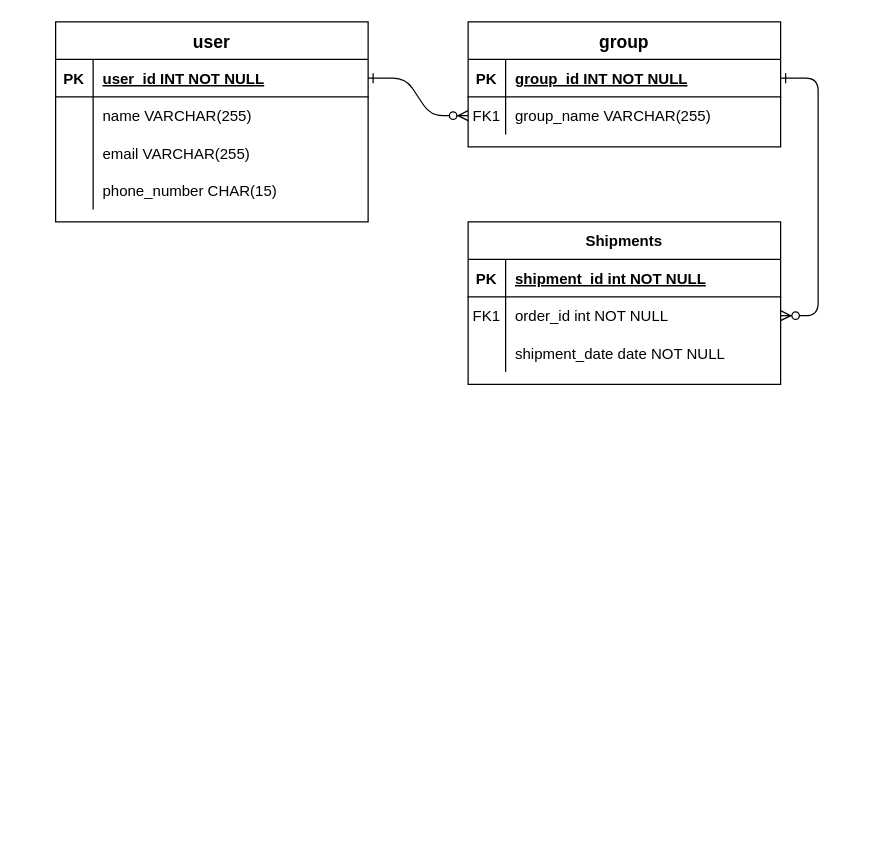
This is Splitwise-Schema-Daigram.drawio from geeky-sanjay/class-diagrams, a draw.io file, before an edit. Source tidied: cells renumbered, new cells numbered last; positions are measured from the earlier drawing's top-left corner, leaving out a move shared by most shapes. Both pictures are drawn from the tidied source at 125%, with x=0, y=0 at pixel (55, 21).
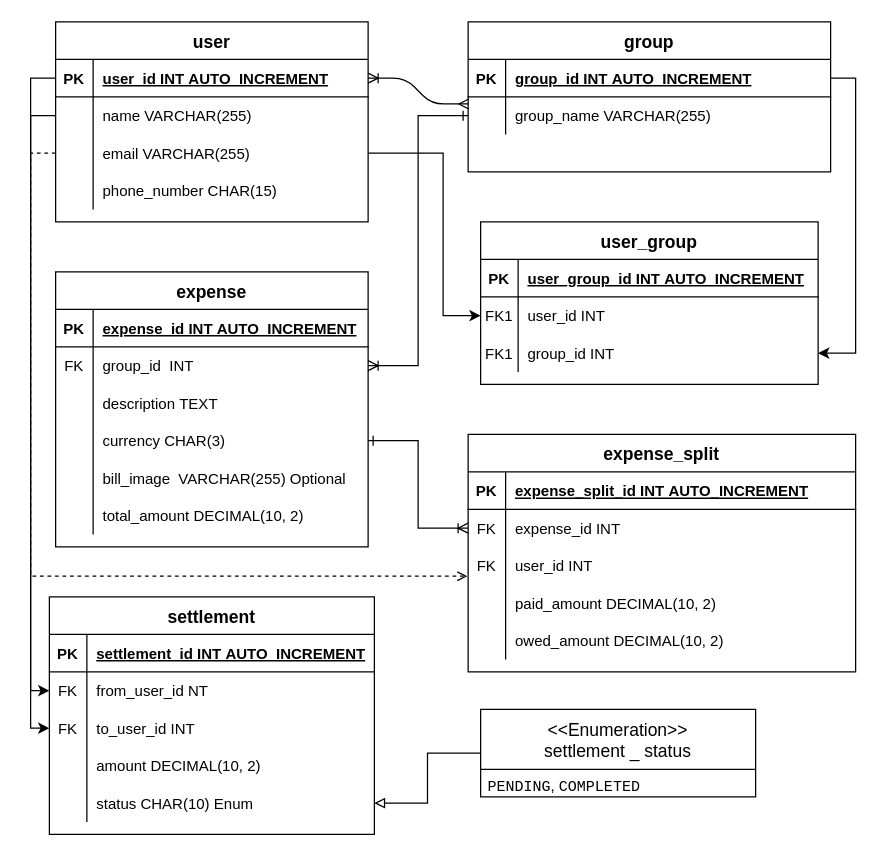
After the change.

Unchanged cells that the change refers to:
```xml
<mxCell id="22" style="shape=partialRectangle;fillColor=none;points=[[0,0.5],[1,0.5]];portConstraint=eastwest;top=0;left=0;right=0;bottom=1;" parent="21" vertex="1">
  <mxGeometry y="30" width="250" height="30" as="geometry" />
</mxCell>
<mxCell id="25" style="shape=partialRectangle;fillColor=none;points=[[0,0.5],[1,0.5]];portConstraint=eastwest;top=0;left=0;right=0;bottom=0;" parent="21" vertex="1">
  <mxGeometry y="60" width="250" height="30" as="geometry" />
</mxCell>
<mxCell id="28" style="shape=partialRectangle;fillColor=none;points=[[0,0.5],[1,0.5]];portConstraint=eastwest;top=0;left=0;right=0;bottom=0;" parent="21" vertex="1">
  <mxGeometry y="90" width="250" height="30" as="geometry" />
</mxCell>
```

Change to the diagram source:
```diff
@@
-    <mxCell id="2" style="edgeStyle=entityRelationEdgeStyle;endArrow=ERzeroToMany;startArrow=ERone;endFill=1;startFill=0;" parent="1" edge="1" source="22" target="8">
+    <mxCell id="2" style="edgeStyle=entityRelationEdgeStyle;endArrow=ERmany;startArrow=ERoneToMany;endFill=0;startFill=0;entryX=0.002;entryY=0.189;entryDx=0;entryDy=0;entryPerimeter=0;" parent="1" edge="1" source="22" target="8">
       <mxGeometry relative="1" as="geometry" />
     </mxCell>
-    <mxCell id="3" style="edgeStyle=entityRelationEdgeStyle;endArrow=ERzeroToMany;startArrow=ERone;endFill=1;startFill=0;" parent="1" edge="1" source="5" target="15">
-      <mxGeometry relative="1" as="geometry" />
-    </mxCell>
     <mxCell id="4" value="group" style="shape=table;startSize=30;childLayout=tableLayout;rowLines=0;fontStyle=1;align=center;fontSize=14;" parent="1" vertex="1">
-      <mxGeometry x="330" width="250" height="100" as="geometry" />
+      <mxGeometry x="330" width="290" height="120" as="geometry" />
     </mxCell>
     <mxCell id="5" style="shape=partialRectangle;fillColor=none;points=[[0,0.5],[1,0.5]];portConstraint=eastwest;top=0;left=0;right=0;bottom=1;" parent="4" vertex="1">
-      <mxGeometry y="30" width="250" height="30" as="geometry" />
+      <mxGeometry y="30" width="290" height="30" as="geometry" />
     </mxCell>
@@
-    <mxCell id="7" value="group_id INT NOT NULL " style="shape=partialRectangle;overflow=hidden;fillColor=none;top=0;left=0;bottom=0;right=0;align=left;spacingLeft=6;fontStyle=5;" parent="5" vertex="1">
-      <mxGeometry x="30" width="220" height="30" as="geometry" />
+    <mxCell id="7" value="group_id INT AUTO_INCREMENT " style="shape=partialRectangle;overflow=hidden;fillColor=none;top=0;left=0;bottom=0;right=0;align=left;spacingLeft=6;fontStyle=5;" parent="5" vertex="1">
+      <mxGeometry x="30" width="260" height="30" as="geometry" />
     </mxCell>
     <mxCell id="8" style="shape=partialRectangle;fillColor=none;points=[[0,0.5],[1,0.5]];portConstraint=eastwest;top=0;left=0;right=0;bottom=0;" parent="4" vertex="1">
-      <mxGeometry y="60" width="250" height="30" as="geometry" />
+      <mxGeometry y="60" width="290" height="30" as="geometry" />
     </mxCell>
-    <mxCell id="9" value="FK1" style="shape=partialRectangle;overflow=hidden;fillColor=none;top=0;left=0;bottom=0;right=0;" parent="8" vertex="1">
+    <mxCell id="9" style="shape=partialRectangle;overflow=hidden;fillColor=none;top=0;left=0;bottom=0;right=0;" parent="8" vertex="1">
       <mxGeometry width="30" height="30" as="geometry" />
     </mxCell>
     <mxCell id="10" value="group_name VARCHAR(255)" style="shape=partialRectangle;overflow=hidden;fillColor=none;top=0;left=0;bottom=0;right=0;align=left;spacingLeft=6;" parent="8" vertex="1">
-      <mxGeometry x="30" width="220" height="30" as="geometry" />
+      <mxGeometry x="30" width="260" height="30" as="geometry" />
     </mxCell>
-    <mxCell id="11" value="Shipments" style="shape=table;startSize=30;childLayout=tableLayout;rowLines=0;fontStyle=1;align=center;" parent="1" vertex="1">
-      <mxGeometry x="330" y="160" width="250" height="130" as="geometry" />
+    <mxCell id="11" value="user_group" style="shape=table;startSize=30;childLayout=tableLayout;rowLines=0;fontStyle=1;align=center;fontSize=14;" parent="1" vertex="1">
+      <mxGeometry x="340" y="160" width="270" height="130" as="geometry" />
     </mxCell>
     <mxCell id="12" style="shape=partialRectangle;fillColor=none;top=0;left=0;right=0;bottom=1;" parent="11" vertex="1">
-      <mxGeometry y="30" width="250" height="30" as="geometry" />
+      <mxGeometry y="30" width="270" height="30" as="geometry" />
     </mxCell>
@@
-    <mxCell id="14" value="shipment_id int NOT NULL " style="shape=partialRectangle;overflow=hidden;fillColor=none;top=0;left=0;bottom=0;right=0;align=left;spacingLeft=6;fontStyle=5;" parent="12" vertex="1">
-      <mxGeometry x="30" width="220" height="30" as="geometry" />
+    <mxCell id="14" value="user_group_id INT AUTO_INCREMENT " style="shape=partialRectangle;overflow=hidden;fillColor=none;top=0;left=0;bottom=0;right=0;align=left;spacingLeft=6;fontStyle=5;" parent="12" vertex="1">
+      <mxGeometry x="30" width="240" height="30" as="geometry" />
     </mxCell>
     <mxCell id="15" style="shape=partialRectangle;fillColor=none;points=[[0,0.5],[1,0.5]];portConstraint=eastwest;top=0;left=0;right=0;bottom=0;" parent="11" vertex="1">
-      <mxGeometry y="60" width="250" height="30" as="geometry" />
+      <mxGeometry y="60" width="270" height="30" as="geometry" />
     </mxCell>
@@
-    <mxCell id="17" value="order_id int NOT NULL" style="shape=partialRectangle;overflow=hidden;fillColor=none;top=0;left=0;bottom=0;right=0;align=left;spacingLeft=6;" parent="15" vertex="1">
-      <mxGeometry x="30" width="220" height="30" as="geometry" />
+    <mxCell id="17" value="user_id INT" style="shape=partialRectangle;overflow=hidden;fillColor=none;top=0;left=0;bottom=0;right=0;align=left;spacingLeft=6;" parent="15" vertex="1">
+      <mxGeometry x="30" width="240" height="30" as="geometry" />
     </mxCell>
     <mxCell id="18" style="shape=partialRectangle;fillColor=none;points=[[0,0.5],[1,0.5]];portConstraint=eastwest;top=0;left=0;right=0;bottom=0;" parent="11" vertex="1">
-      <mxGeometry y="90" width="250" height="30" as="geometry" />
+      <mxGeometry y="90" width="270" height="30" as="geometry" />
     </mxCell>
-    <mxCell id="19" style="shape=partialRectangle;overflow=hidden;fillColor=none;top=0;left=0;bottom=0;right=0;" parent="18" vertex="1">
+    <mxCell id="19" value="FK1" style="shape=partialRectangle;overflow=hidden;fillColor=none;top=0;left=0;bottom=0;right=0;" parent="18" vertex="1">
       <mxGeometry width="30" height="30" as="geometry" />
     </mxCell>
-    <mxCell id="20" value="shipment_date date NOT NULL" style="shape=partialRectangle;overflow=hidden;fillColor=none;top=0;left=0;bottom=0;right=0;align=left;spacingLeft=6;" parent="18" vertex="1">
-      <mxGeometry x="30" width="220" height="30" as="geometry" />
+    <mxCell id="20" value="group_id INT" style="shape=partialRectangle;overflow=hidden;fillColor=none;top=0;left=0;bottom=0;right=0;align=left;spacingLeft=6;" parent="18" vertex="1">
+      <mxGeometry x="30" width="240" height="30" as="geometry" />
     </mxCell>
@@
-    <mxCell id="24" value="user_id INT NOT NULL " style="shape=partialRectangle;overflow=hidden;fillColor=none;top=0;left=0;bottom=0;right=0;align=left;spacingLeft=6;fontStyle=5;" parent="22" vertex="1">
+    <mxCell id="24" value="user_id INT AUTO_INCREMENT " style="shape=partialRectangle;overflow=hidden;fillColor=none;top=0;left=0;bottom=0;right=0;align=left;spacingLeft=6;fontStyle=5;" parent="22" vertex="1">
       <mxGeometry x="30" width="220" height="30" as="geometry" />
     </mxCell>
@@
+    <mxCell id="34" value="expense" style="shape=table;startSize=30;childLayout=tableLayout;rowLines=0;fontStyle=1;align=center;fontSize=14;" parent="1" vertex="1">
+      <mxGeometry y="200" width="250" height="220" as="geometry" />
+    </mxCell>
+    <mxCell id="35" style="shape=partialRectangle;fillColor=none;top=0;left=0;right=0;bottom=1;" parent="34" vertex="1">
+      <mxGeometry y="30" width="250" height="30" as="geometry" />
+    </mxCell>
+    <mxCell id="36" value="PK" style="shape=partialRectangle;overflow=hidden;fillColor=none;top=0;left=0;bottom=0;right=0;fontStyle=1;" parent="35" vertex="1">
+      <mxGeometry width="30" height="30" as="geometry" />
+    </mxCell>
+    <mxCell id="37" value="expense_id INT AUTO_INCREMENT " style="shape=partialRectangle;overflow=hidden;fillColor=none;top=0;left=0;bottom=0;right=0;align=left;spacingLeft=6;fontStyle=5;" parent="35" vertex="1">
+      <mxGeometry x="30" width="220" height="30" as="geometry" />
+    </mxCell>
+    <mxCell id="38" style="shape=partialRectangle;fillColor=none;points=[[0,0.5],[1,0.5]];portConstraint=eastwest;top=0;left=0;right=0;bottom=0;" parent="34" vertex="1">
+      <mxGeometry y="60" width="250" height="30" as="geometry" />
+    </mxCell>
+    <mxCell id="39" value="FK" style="shape=partialRectangle;overflow=hidden;fillColor=none;top=0;left=0;bottom=0;right=0;" parent="38" vertex="1">
+      <mxGeometry width="30" height="30" as="geometry" />
+    </mxCell>
+    <mxCell id="40" value="group_id  INT" style="shape=partialRectangle;overflow=hidden;fillColor=none;top=0;left=0;bottom=0;right=0;align=left;spacingLeft=6;" parent="38" vertex="1">
+      <mxGeometry x="30" width="220" height="30" as="geometry" />
+    </mxCell>
+    <mxCell id="41" style="shape=partialRectangle;fillColor=none;top=0;left=0;right=0;bottom=0;" parent="34" vertex="1">
+      <mxGeometry y="90" width="250" height="30" as="geometry" />
+    </mxCell>
+    <mxCell id="42" style="shape=partialRectangle;overflow=hidden;fillColor=none;top=0;left=0;bottom=0;right=0;" parent="41" vertex="1">
+      <mxGeometry width="30" height="30" as="geometry" />
+    </mxCell>
+    <mxCell id="43" value="description TEXT" style="shape=partialRectangle;overflow=hidden;fillColor=none;top=0;left=0;bottom=0;right=0;align=left;spacingLeft=6;" parent="41" vertex="1">
+      <mxGeometry x="30" width="220" height="30" as="geometry" />
+    </mxCell>
+    <mxCell id="44" style="shape=partialRectangle;fillColor=none;points=[[0,0.5],[1,0.5]];portConstraint=eastwest;top=0;left=0;right=0;bottom=0;" parent="34" vertex="1">
+      <mxGeometry y="120" width="250" height="30" as="geometry" />
+    </mxCell>
+    <mxCell id="45" style="shape=partialRectangle;overflow=hidden;fillColor=none;top=0;left=0;bottom=0;right=0;" parent="44" vertex="1">
+      <mxGeometry width="30" height="30" as="geometry" />
+    </mxCell>
+    <mxCell id="46" value="currency CHAR(3)" style="shape=partialRectangle;overflow=hidden;fillColor=none;top=0;left=0;bottom=0;right=0;align=left;spacingLeft=6;" parent="44" vertex="1">
+      <mxGeometry x="30" width="220" height="30" as="geometry" />
+    </mxCell>
+    <mxCell id="47" style="shape=partialRectangle;fillColor=none;top=0;left=0;right=0;bottom=0;" parent="34" vertex="1">
+      <mxGeometry y="150" width="250" height="30" as="geometry" />
+    </mxCell>
+    <mxCell id="48" style="shape=partialRectangle;overflow=hidden;fillColor=none;top=0;left=0;bottom=0;right=0;" parent="47" vertex="1">
+      <mxGeometry width="30" height="30" as="geometry" />
+    </mxCell>
+    <mxCell id="49" value="bill_image  VARCHAR(255) Optional" style="shape=partialRectangle;overflow=hidden;fillColor=none;top=0;left=0;bottom=0;right=0;align=left;spacingLeft=6;" parent="47" vertex="1">
+      <mxGeometry x="30" width="220" height="30" as="geometry" />
+    </mxCell>
+    <mxCell id="50" style="shape=partialRectangle;fillColor=none;top=0;left=0;right=0;bottom=0;" parent="34" vertex="1">
+      <mxGeometry y="180" width="250" height="30" as="geometry" />
+    </mxCell>
+    <mxCell id="51" style="shape=partialRectangle;overflow=hidden;fillColor=none;top=0;left=0;bottom=0;right=0;" parent="50" vertex="1">
+      <mxGeometry width="30" height="30" as="geometry" />
+    </mxCell>
+    <mxCell id="52" value="total_amount DECIMAL(10, 2)" style="shape=partialRectangle;overflow=hidden;fillColor=none;top=0;left=0;bottom=0;right=0;align=left;spacingLeft=6;" parent="50" vertex="1">
+      <mxGeometry x="30" width="220" height="30" as="geometry" />
+    </mxCell>
+    <mxCell id="53" value="expense_split" style="shape=table;startSize=30;childLayout=tableLayout;rowLines=0;fontStyle=1;align=center;fontSize=14;" parent="1" vertex="1">
+      <mxGeometry x="330" y="330" width="310" height="190" as="geometry" />
+    </mxCell>
+    <mxCell id="54" style="shape=partialRectangle;fillColor=none;top=0;left=0;right=0;bottom=1;" parent="53" vertex="1">
+      <mxGeometry y="30" width="310" height="30" as="geometry" />
+    </mxCell>
+    <mxCell id="55" value="PK" style="shape=partialRectangle;overflow=hidden;fillColor=none;top=0;left=0;bottom=0;right=0;fontStyle=1;" parent="54" vertex="1">
+      <mxGeometry width="30" height="30" as="geometry" />
+    </mxCell>
+    <mxCell id="56" value="expense_split_id INT AUTO_INCREMENT " style="shape=partialRectangle;overflow=hidden;fillColor=none;top=0;left=0;bottom=0;right=0;align=left;spacingLeft=6;fontStyle=5;" parent="54" vertex="1">
+      <mxGeometry x="30" width="280" height="30" as="geometry" />
+    </mxCell>
+    <mxCell id="57" style="shape=partialRectangle;fillColor=none;points=[[0,0.5],[1,0.5]];portConstraint=eastwest;top=0;left=0;right=0;bottom=0;" parent="53" vertex="1">
+      <mxGeometry y="60" width="310" height="30" as="geometry" />
+    </mxCell>
+    <mxCell id="58" value="FK" style="shape=partialRectangle;overflow=hidden;fillColor=none;top=0;left=0;bottom=0;right=0;" parent="57" vertex="1">
+      <mxGeometry width="30" height="30" as="geometry" />
+    </mxCell>
+    <mxCell id="59" value="expense_id INT" style="shape=partialRectangle;overflow=hidden;fillColor=none;top=0;left=0;bottom=0;right=0;align=left;spacingLeft=6;" parent="57" vertex="1">
+      <mxGeometry x="30" width="280" height="30" as="geometry" />
+    </mxCell>
+    <mxCell id="60" style="shape=partialRectangle;fillColor=none;points=[[0,0.5],[1,0.5]];portConstraint=eastwest;top=0;left=0;right=0;bottom=0;" parent="53" vertex="1">
+      <mxGeometry y="90" width="310" height="30" as="geometry" />
+    </mxCell>
+    <mxCell id="61" value="FK" style="shape=partialRectangle;overflow=hidden;fillColor=none;top=0;left=0;bottom=0;right=0;" parent="60" vertex="1">
+      <mxGeometry width="30" height="30" as="geometry" />
+    </mxCell>
+    <mxCell id="62" value="user_id INT" style="shape=partialRectangle;overflow=hidden;fillColor=none;top=0;left=0;bottom=0;right=0;align=left;spacingLeft=6;" parent="60" vertex="1">
+      <mxGeometry x="30" width="280" height="30" as="geometry" />
+    </mxCell>
+    <mxCell id="63" style="shape=partialRectangle;fillColor=none;top=0;left=0;right=0;bottom=0;" parent="53" vertex="1">
+      <mxGeometry y="120" width="310" height="30" as="geometry" />
+    </mxCell>
+    <mxCell id="64" style="shape=partialRectangle;overflow=hidden;fillColor=none;top=0;left=0;bottom=0;right=0;" parent="63" vertex="1">
+      <mxGeometry width="30" height="30" as="geometry" />
+    </mxCell>
+    <mxCell id="65" value="paid_amount DECIMAL(10, 2)" style="shape=partialRectangle;overflow=hidden;fillColor=none;top=0;left=0;bottom=0;right=0;align=left;spacingLeft=6;" parent="63" vertex="1">
+      <mxGeometry x="30" width="280" height="30" as="geometry" />
+    </mxCell>
+    <mxCell id="66" style="shape=partialRectangle;fillColor=none;top=0;left=0;right=0;bottom=0;" parent="53" vertex="1">
+      <mxGeometry y="150" width="310" height="30" as="geometry" />
+    </mxCell>
+    <mxCell id="67" style="shape=partialRectangle;overflow=hidden;fillColor=none;top=0;left=0;bottom=0;right=0;" parent="66" vertex="1">
+      <mxGeometry width="30" height="30" as="geometry" />
+    </mxCell>
+    <mxCell id="68" value="owed_amount DECIMAL(10, 2)" style="shape=partialRectangle;overflow=hidden;fillColor=none;top=0;left=0;bottom=0;right=0;align=left;spacingLeft=6;" parent="66" vertex="1">
+      <mxGeometry x="30" width="280" height="30" as="geometry" />
+    </mxCell>
+    <mxCell id="69" value="settlement" style="shape=table;startSize=30;childLayout=tableLayout;rowLines=0;fontStyle=1;align=center;fontSize=14;" parent="1" vertex="1">
+      <mxGeometry x="-5" y="460" width="260" height="190" as="geometry" />
+    </mxCell>
+    <mxCell id="70" style="shape=partialRectangle;fillColor=none;top=0;left=0;right=0;bottom=1;" parent="69" vertex="1">
+      <mxGeometry y="30" width="260" height="30" as="geometry" />
+    </mxCell>
+    <mxCell id="71" value="PK" style="shape=partialRectangle;overflow=hidden;fillColor=none;top=0;left=0;bottom=0;right=0;fontStyle=1;" parent="70" vertex="1">
+      <mxGeometry width="30" height="30" as="geometry" />
+    </mxCell>
+    <mxCell id="72" value="settlement_id INT AUTO_INCREMENT " style="shape=partialRectangle;overflow=hidden;fillColor=none;top=0;left=0;bottom=0;right=0;align=left;spacingLeft=6;fontStyle=5;" parent="70" vertex="1">
+      <mxGeometry x="30" width="230" height="30" as="geometry" />
+    </mxCell>
+    <mxCell id="73" style="shape=partialRectangle;fillColor=none;points=[[0,0.5],[1,0.5]];portConstraint=eastwest;top=0;left=0;right=0;bottom=0;" parent="69" vertex="1">
+      <mxGeometry y="60" width="260" height="30" as="geometry" />
+    </mxCell>
+    <mxCell id="74" value="FK" style="shape=partialRectangle;overflow=hidden;fillColor=none;top=0;left=0;bottom=0;right=0;" parent="73" vertex="1">
+      <mxGeometry width="30" height="30" as="geometry" />
+    </mxCell>
+    <mxCell id="75" value="from_user_id NT" style="shape=partialRectangle;overflow=hidden;fillColor=none;top=0;left=0;bottom=0;right=0;align=left;spacingLeft=6;" parent="73" vertex="1">
+      <mxGeometry x="30" width="230" height="30" as="geometry" />
+    </mxCell>
+    <mxCell id="76" style="shape=partialRectangle;fillColor=none;points=[[0,0.5],[1,0.5]];portConstraint=eastwest;top=0;left=0;right=0;bottom=0;" parent="69" vertex="1">
+      <mxGeometry y="90" width="260" height="30" as="geometry" />
+    </mxCell>
+    <mxCell id="77" value="FK" style="shape=partialRectangle;overflow=hidden;fillColor=none;top=0;left=0;bottom=0;right=0;" parent="76" vertex="1">
+      <mxGeometry width="30" height="30" as="geometry" />
+    </mxCell>
+    <mxCell id="78" value="to_user_id INT" style="shape=partialRectangle;overflow=hidden;fillColor=none;top=0;left=0;bottom=0;right=0;align=left;spacingLeft=6;" parent="76" vertex="1">
+      <mxGeometry x="30" width="230" height="30" as="geometry" />
+    </mxCell>
+    <mxCell id="79" style="shape=partialRectangle;fillColor=none;top=0;left=0;right=0;bottom=0;" parent="69" vertex="1">
+      <mxGeometry y="120" width="260" height="30" as="geometry" />
+    </mxCell>
+    <mxCell id="80" style="shape=partialRectangle;overflow=hidden;fillColor=none;top=0;left=0;bottom=0;right=0;" parent="79" vertex="1">
+      <mxGeometry width="30" height="30" as="geometry" />
+    </mxCell>
+    <mxCell id="81" value="amount DECIMAL(10, 2)" style="shape=partialRectangle;overflow=hidden;fillColor=none;top=0;left=0;bottom=0;right=0;align=left;spacingLeft=6;" parent="79" vertex="1">
+      <mxGeometry x="30" width="230" height="30" as="geometry" />
+    </mxCell>
+    <mxCell id="82" style="shape=partialRectangle;fillColor=none;points=[[0,0.5],[1,0.5]];portConstraint=eastwest;top=0;left=0;right=0;bottom=0;" parent="69" vertex="1">
+      <mxGeometry y="150" width="260" height="30" as="geometry" />
+    </mxCell>
+    <mxCell id="83" style="shape=partialRectangle;overflow=hidden;fillColor=none;top=0;left=0;bottom=0;right=0;" parent="82" vertex="1">
+      <mxGeometry width="30" height="30" as="geometry" />
+    </mxCell>
+    <mxCell id="84" value="status CHAR(10) Enum" style="shape=partialRectangle;overflow=hidden;fillColor=none;top=0;left=0;bottom=0;right=0;align=left;spacingLeft=6;" parent="82" vertex="1">
+      <mxGeometry x="30" width="230" height="30" as="geometry" />
+    </mxCell>
+    <mxCell id="85" style="edgeStyle=orthogonalEdgeStyle;rounded=0;jettySize=auto;html=1;entryX=1;entryY=0.5;entryDx=0;entryDy=0;endArrow=block;endFill=0;" parent="1" edge="1" source="86" target="82">
+      <mxGeometry relative="1" as="geometry" />
+    </mxCell>
+    <mxCell id="86" value="&lt;&lt;Enumeration&gt;&gt;&#10;settlement _ status" style="swimlane;fontStyle=0;horizontal=1;startSize=48;align=center;fontSize=14;" parent="1" vertex="1">
+      <mxGeometry x="340" y="550" width="220" height="70" as="geometry" />
+    </mxCell>
+    <mxCell id="87" value="&lt;code&gt;PENDING&lt;/code&gt;, &lt;code&gt;COMPLETED&lt;/code&gt;" style="text;strokeColor=none;fillColor=none;spacingLeft=4;spacingRight=4;overflow=hidden;fontSize=12;whiteSpace=wrap;html=1;" parent="86" vertex="1">
+      <mxGeometry y="48" width="220" height="22" as="geometry" />
+    </mxCell>
+    <mxCell id="88" style="edgeStyle=orthogonalEdgeStyle;rounded=0;jettySize=auto;html=1;exitX=0;exitY=0.5;exitDx=0;exitDy=0;entryX=1;entryY=0.5;entryDx=0;entryDy=0;endArrow=ERoneToMany;endFill=0;startArrow=ERone;startFill=0;" parent="1" edge="1" source="8" target="38">
+      <mxGeometry relative="1" as="geometry" />
+    </mxCell>
+    <mxCell id="89" style="edgeStyle=orthogonalEdgeStyle;rounded=0;jettySize=auto;html=1;exitX=1;exitY=0.5;exitDx=0;exitDy=0;entryX=0;entryY=0.5;entryDx=0;entryDy=0;endArrow=ERoneToMany;endFill=0;startArrow=ERone;startFill=0;" parent="1" edge="1" source="44" target="57">
+      <mxGeometry relative="1" as="geometry" />
+    </mxCell>
+    <mxCell id="90" style="edgeStyle=orthogonalEdgeStyle;rounded=0;jettySize=auto;html=1;exitX=0;exitY=0.5;exitDx=0;exitDy=0;entryX=-0.002;entryY=0.782;entryDx=0;entryDy=0;entryPerimeter=0;endArrow=open;endFill=0;dashed=1;" parent="1" edge="1" source="28" target="60">
+      <mxGeometry relative="1" as="geometry" />
+    </mxCell>
+    <mxCell id="91" style="edgeStyle=orthogonalEdgeStyle;rounded=0;jettySize=auto;html=1;exitX=0;exitY=0.5;exitDx=0;exitDy=0;entryX=0;entryY=0.5;entryDx=0;entryDy=0;" parent="1" edge="1" source="25" target="73">
+      <mxGeometry relative="1" as="geometry" />
+    </mxCell>
+    <mxCell id="92" style="edgeStyle=orthogonalEdgeStyle;rounded=0;jettySize=auto;html=1;exitX=0;exitY=0.5;exitDx=0;exitDy=0;entryX=0;entryY=0.5;entryDx=0;entryDy=0;" parent="1" edge="1" source="22" target="76">
+      <mxGeometry relative="1" as="geometry" />
+    </mxCell>
+    <mxCell id="93" style="edgeStyle=orthogonalEdgeStyle;rounded=0;jettySize=auto;html=1;exitX=1;exitY=0.5;exitDx=0;exitDy=0;entryX=0;entryY=0.5;entryDx=0;entryDy=0;" parent="1" edge="1" source="28" target="15">
+      <mxGeometry relative="1" as="geometry">
+        <Array as="points">
+          <mxPoint x="310" y="105" />
+          <mxPoint x="310" y="235" />
+        </Array>
+      </mxGeometry>
+    </mxCell>
+    <mxCell id="94" style="edgeStyle=orthogonalEdgeStyle;rounded=0;jettySize=auto;html=1;exitX=1;exitY=0.5;exitDx=0;exitDy=0;entryX=1;entryY=0.5;entryDx=0;entryDy=0;" parent="1" edge="1" source="5" target="18">
+      <mxGeometry relative="1" as="geometry" />
+    </mxCell>
```
